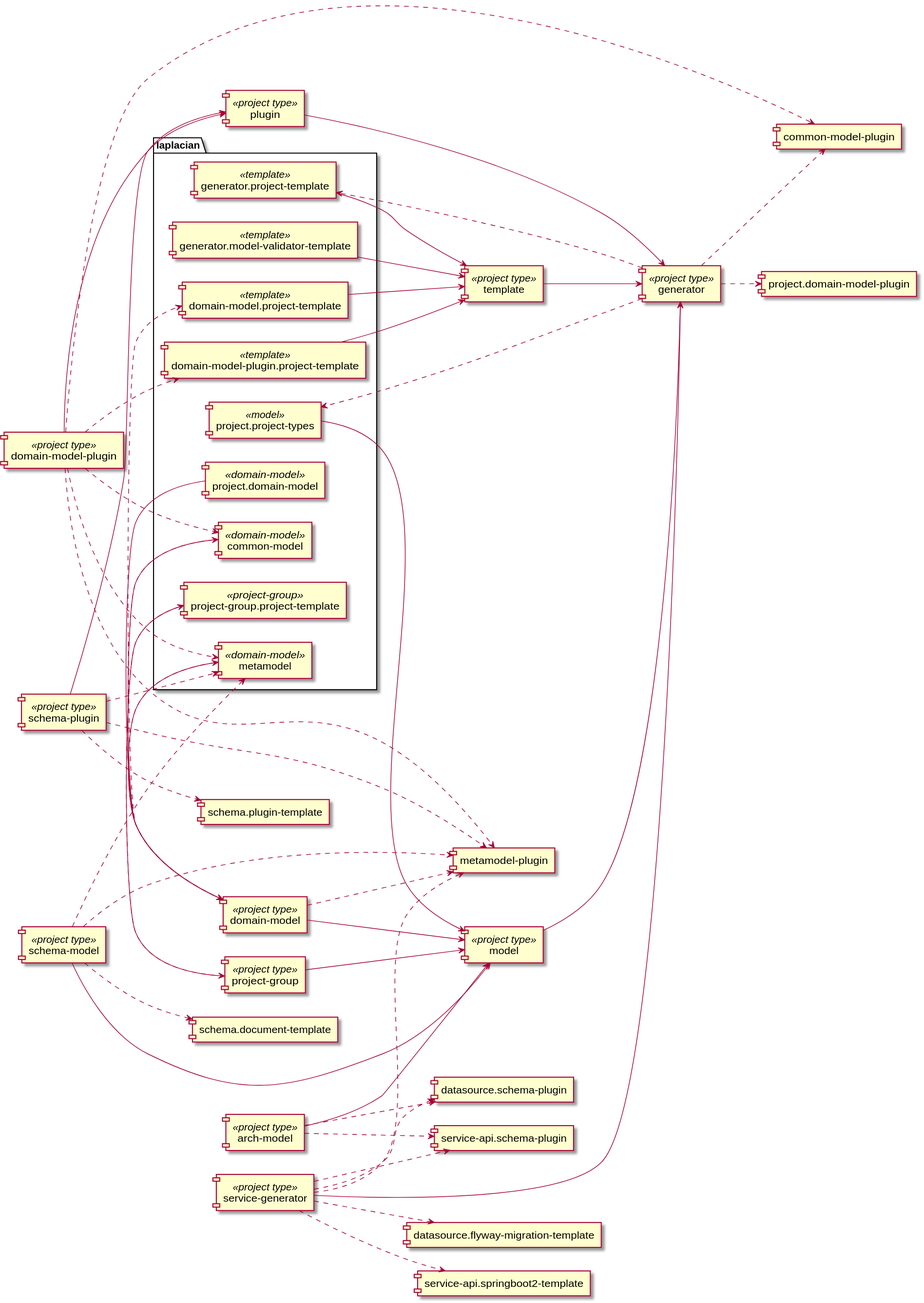
laplacian-core/projects keeps this PlantUML diagram as doc/image/project-dependency-graph.svg. Above is the earlier version.
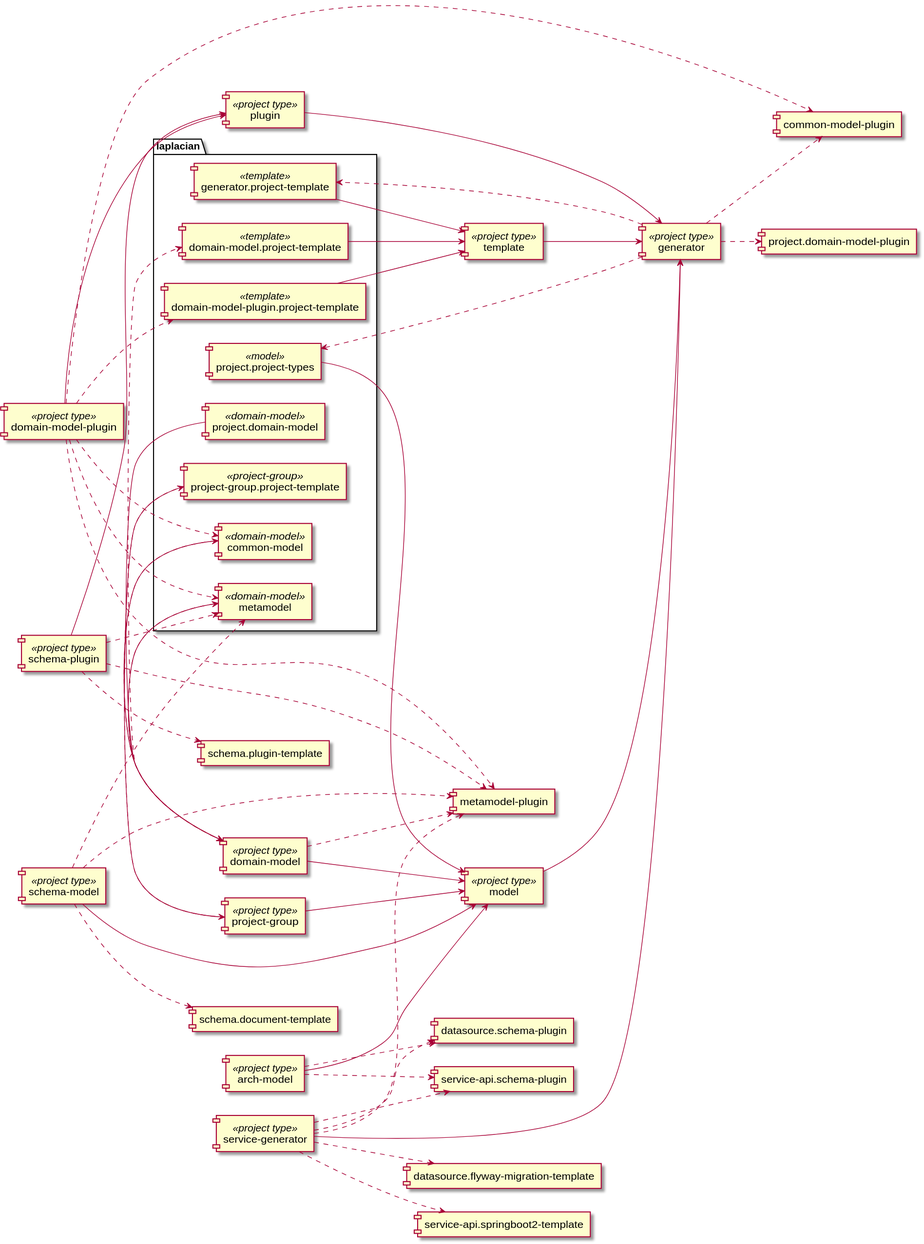
After the commit.

The edit, as a diff of the source:
```diff
@@ -33,8 +33,6 @@
   [domain-model-plugin.project-template] --> [template]
   [domain-model.project-template] <<template>>
   [domain-model.project-template] --> [template]
-  [generator.model-validator-template] <<template>>
-  [generator.model-validator-template] --> [template]
   [generator.project-template] <<template>>
   [generator.project-template] --> [template]
   [metamodel] <<domain-model>>
```
